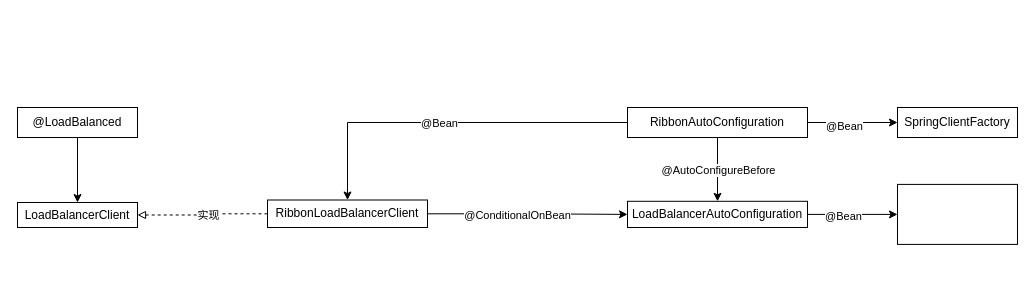
This is Ribbon源码分析.drawio from linbingxing/mind, a draw.io file, before an edit. Source tidied: cells renumbered, new cells numbered last; positions are measured from the earlier drawing's top-left corner, leaving out a move shared by most shapes. Both pictures are drawn from the tidied source at 100%, with x=0, y=0 at pixel (17, 107).
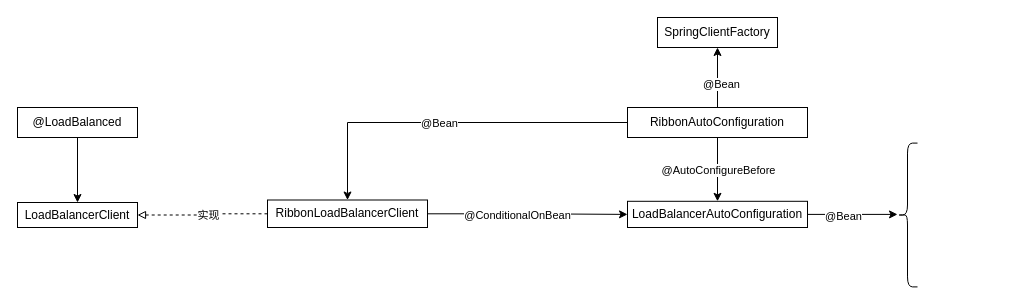
The same page after the edit.

Commit message (it also covers changes not shown here):
更新Ribbon源码分析.drawio

The change refers to these unchanged cells:
```xml
<mxCell id="19" value="LoadBalancerAutoConfiguration" style="whiteSpace=wrap;html=1;rounded=0;" parent="1" vertex="1">
  <mxGeometry x="610" y="93.8" width="180" height="26.2" as="geometry" />
</mxCell>
```

What changed in the source:
```diff
@@
-    <mxCell id="17" style="edgeStyle=orthogonalEdgeStyle;rounded=0;jettySize=auto;html=1;endArrow=classic;endFill=1;" parent="1" edge="1" source="19" target="22">
-      <mxGeometry relative="1" as="geometry" />
+    <mxCell id="17" style="edgeStyle=orthogonalEdgeStyle;rounded=0;jettySize=auto;html=1;endArrow=classic;endFill=1;" parent="1" edge="1" source="19">
+      <mxGeometry relative="1" as="geometry">
+        <mxPoint x="880" y="106.9" as="targetPoint" />
+      </mxGeometry>
     </mxCell>
@@
     <mxCell id="20" value="SpringClientFactory" style="whiteSpace=wrap;html=1;rounded=0;" parent="1" vertex="1">
-      <mxGeometry x="880" width="120" height="30" as="geometry" />
+      <mxGeometry x="640" y="-90" width="120" height="30" as="geometry" />
     </mxCell>
@@
-    <mxCell id="22" style="whiteSpace=wrap;html=1;rounded=0;" parent="1" vertex="1">
-      <mxGeometry x="880" y="76.9" width="120" height="60" as="geometry" />
-    </mxCell>
+    <mxCell id="23" style="shape=curlyBracket;whiteSpace=wrap;html=1;rounded=1;" parent="1" vertex="1">
+      <mxGeometry x="880" y="35.6" width="20" height="143.8" as="geometry" />
+    </mxCell>
```
